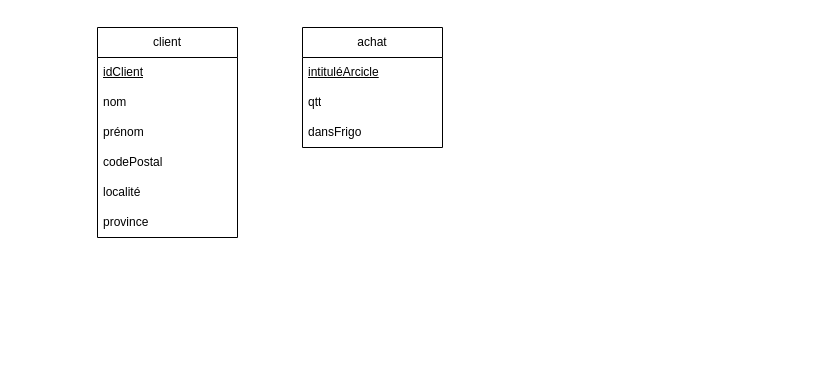
Above: Diagramme sans nom.drawio in arnaud07/sch-ma (draw.io), before the change. Source tidied: cells renumbered, new cells numbered last; positions are measured from the earlier drawing's top-left corner, leaving out a move shared by most shapes. Both pictures are drawn from the tidied source at 100%, with x=0, y=0 at pixel (97, 27).
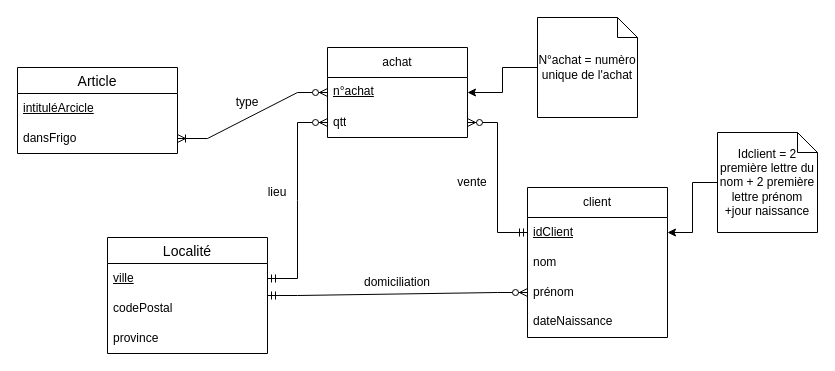
The same page after the edit.

Commit message:
Mettre à jour Diagramme sans nom.drawio

Unchanged cells that the change refers to:
```xml
<mxCell id="3" value="&lt;div&gt;&lt;u&gt;idClient&lt;/u&gt;&lt;/div&gt;" style="text;strokeColor=none;fillColor=none;align=left;verticalAlign=middle;spacingLeft=4;spacingRight=4;overflow=hidden;points=[[0,0.5],[1,0.5]];portConstraint=eastwest;whiteSpace=wrap;html=1;" parent="2" vertex="1">
  <mxGeometry y="30" width="140" height="30" as="geometry" />
</mxCell>
<mxCell id="5" value="prénom" style="text;strokeColor=none;fillColor=none;align=left;verticalAlign=middle;spacingLeft=4;spacingRight=4;overflow=hidden;points=[[0,0.5],[1,0.5]];portConstraint=eastwest;whiteSpace=wrap;html=1;" parent="2" vertex="1">
  <mxGeometry y="90" width="140" height="30" as="geometry" />
</mxCell>
```

Diff of the diagram source:
```diff
@@
     <mxCell id="2" value="&lt;div&gt;client&lt;/div&gt;" style="swimlane;fontStyle=0;horizontal=1;startSize=30;whiteSpace=wrap;html=1;" parent="1" vertex="1">
-      <mxGeometry width="140" height="210" as="geometry" />
+      <mxGeometry x="430" y="160" width="140" height="150" as="geometry" />
     </mxCell>
@@
+    <mxCell id="13" value="&lt;div&gt;dateNaissance&lt;/div&gt;" style="text;strokeColor=none;fillColor=none;spacingLeft=4;spacingRight=4;overflow=hidden;fontSize=12;whiteSpace=wrap;html=1;" parent="2" vertex="1">
+      <mxGeometry y="120" width="140" height="30" as="geometry" />
+    </mxCell>
+    <mxCell id="9" value="&lt;div&gt;achat&lt;/div&gt;" style="swimlane;fontStyle=0;horizontal=1;startSize=30;whiteSpace=wrap;html=1;" parent="1" vertex="1">
+      <mxGeometry x="230" y="20" width="140" height="90" as="geometry" />
+    </mxCell>
+    <mxCell id="14" value="&lt;u&gt;n°achat&lt;/u&gt;" style="text;strokeColor=none;fillColor=none;spacingLeft=4;spacingRight=4;overflow=hidden;points=[[0,0.5],[1,0.5]];portConstraint=eastwest;fontSize=12;whiteSpace=wrap;html=1;" parent="9" vertex="1">
+      <mxGeometry y="30" width="140" height="30" as="geometry" />
+    </mxCell>
+    <mxCell id="11" value="&lt;div&gt;qtt&lt;/div&gt;" style="text;strokeColor=none;fillColor=none;align=left;verticalAlign=middle;spacingLeft=4;spacingRight=4;overflow=hidden;points=[[0,0.5],[1,0.5]];portConstraint=eastwest;whiteSpace=wrap;html=1;" parent="9" vertex="1">
+      <mxGeometry y="60" width="140" height="30" as="geometry" />
+    </mxCell>
+    <mxCell id="15" value="Article" style="swimlane;fontStyle=0;horizontal=1;startSize=26;align=center;fontSize=14;" parent="1" vertex="1">
+      <mxGeometry x="-80" y="40" width="160" height="86" as="geometry" />
+    </mxCell>
+    <mxCell id="10" value="&lt;div&gt;&lt;u&gt;intituléArcicle&lt;/u&gt;&lt;/div&gt;" style="text;strokeColor=none;fillColor=none;align=left;verticalAlign=middle;spacingLeft=4;spacingRight=4;overflow=hidden;whiteSpace=wrap;html=1;" parent="15" vertex="1">
+      <mxGeometry y="26" width="160" height="30" as="geometry" />
+    </mxCell>
+    <mxCell id="12" value="&lt;div&gt;dansFrigo&lt;/div&gt;" style="text;strokeColor=none;fillColor=none;align=left;verticalAlign=middle;spacingLeft=4;spacingRight=4;overflow=hidden;points=[[0,0.5],[1,0.5]];portConstraint=eastwest;whiteSpace=wrap;html=1;" parent="15" vertex="1">
+      <mxGeometry y="56" width="160" height="30" as="geometry" />
+    </mxCell>
+    <mxCell id="16" value="Localité" style="swimlane;fontStyle=0;horizontal=1;startSize=26;align=center;fontSize=14;" parent="1" vertex="1">
+      <mxGeometry x="10" y="210" width="160" height="116" as="geometry" />
+    </mxCell>
+    <mxCell id="7" value="&lt;div&gt;&lt;u&gt;ville&lt;/u&gt;&lt;/div&gt;" style="text;strokeColor=none;fillColor=none;align=left;verticalAlign=middle;spacingLeft=4;spacingRight=4;overflow=hidden;points=[[0,0.5],[1,0.5]];portConstraint=eastwest;whiteSpace=wrap;html=1;" parent="16" vertex="1">
+      <mxGeometry y="26" width="160" height="30" as="geometry" />
+    </mxCell>
-    <mxCell id="6" value="codePostal" style="text;strokeColor=none;fillColor=none;align=left;verticalAlign=middle;spacingLeft=4;spacingRight=4;overflow=hidden;whiteSpace=wrap;html=1;" parent="2" vertex="1">
-      <mxGeometry y="120" width="140" height="30" as="geometry" />
+    <mxCell id="6" value="codePostal" style="text;strokeColor=none;fillColor=none;align=left;verticalAlign=middle;spacingLeft=4;spacingRight=4;overflow=hidden;whiteSpace=wrap;html=1;" parent="16" vertex="1">
+      <mxGeometry y="56" width="160" height="30" as="geometry" />
     </mxCell>
-    <mxCell id="7" value="&lt;div&gt;localité&lt;/div&gt;" style="text;strokeColor=none;fillColor=none;align=left;verticalAlign=middle;spacingLeft=4;spacingRight=4;overflow=hidden;points=[[0,0.5],[1,0.5]];portConstraint=eastwest;whiteSpace=wrap;html=1;" parent="2" vertex="1">
-      <mxGeometry y="150" width="140" height="30" as="geometry" />
-    </mxCell>
-    <mxCell id="8" value="&lt;div&gt;province&lt;/div&gt;" style="text;strokeColor=none;fillColor=none;align=left;verticalAlign=middle;spacingLeft=4;spacingRight=4;overflow=hidden;whiteSpace=wrap;html=1;" parent="2" vertex="1">
-      <mxGeometry y="180" width="140" height="30" as="geometry" />
+    <mxCell id="8" value="&lt;div&gt;province&lt;/div&gt;" style="text;strokeColor=none;fillColor=none;align=left;verticalAlign=middle;spacingLeft=4;spacingRight=4;overflow=hidden;whiteSpace=wrap;html=1;" parent="16" vertex="1">
+      <mxGeometry y="86" width="160" height="30" as="geometry" />
     </mxCell>
-    <mxCell id="9" value="&lt;div&gt;achat&lt;/div&gt;" style="swimlane;fontStyle=0;horizontal=1;startSize=30;whiteSpace=wrap;html=1;" parent="1" vertex="1">
-      <mxGeometry x="205" width="140" height="120" as="geometry" />
-    </mxCell>
-    <mxCell id="10" value="&lt;div&gt;&lt;u&gt;intituléArcicle&lt;/u&gt;&lt;/div&gt;" style="text;strokeColor=none;fillColor=none;align=left;verticalAlign=middle;spacingLeft=4;spacingRight=4;overflow=hidden;whiteSpace=wrap;html=1;" parent="9" vertex="1">
-      <mxGeometry y="30" width="140" height="30" as="geometry" />
-    </mxCell>
-    <mxCell id="11" value="&lt;div&gt;qtt&lt;/div&gt;" style="text;strokeColor=none;fillColor=none;align=left;verticalAlign=middle;spacingLeft=4;spacingRight=4;overflow=hidden;points=[[0,0.5],[1,0.5]];portConstraint=eastwest;whiteSpace=wrap;html=1;" parent="9" vertex="1">
-      <mxGeometry y="60" width="140" height="30" as="geometry" />
-    </mxCell>
-    <mxCell id="12" value="&lt;div&gt;dansFrigo&lt;/div&gt;" style="text;strokeColor=none;fillColor=none;align=left;verticalAlign=middle;spacingLeft=4;spacingRight=4;overflow=hidden;points=[[0,0.5],[1,0.5]];portConstraint=eastwest;whiteSpace=wrap;html=1;" parent="9" vertex="1">
-      <mxGeometry y="90" width="140" height="30" as="geometry" />
-    </mxCell>
+    <mxCell id="17" style="edgeStyle=entityRelationEdgeStyle;fontSize=12;html=1;endArrow=ERzeroToMany;startArrow=ERmandOne;rounded=0;exitX=0;exitY=0.5;exitDx=0;exitDy=0;entryX=1;entryY=0.5;entryDx=0;entryDy=0;" parent="1" edge="1" source="3" target="11">
+      <mxGeometry relative="1" as="geometry" />
+    </mxCell>
+    <mxCell id="18" style="edgeStyle=entityRelationEdgeStyle;fontSize=12;html=1;endArrow=ERzeroToMany;startArrow=ERmandOne;rounded=0;entryX=0;entryY=0.5;entryDx=0;entryDy=0;exitX=1;exitY=0.5;exitDx=0;exitDy=0;" parent="1" edge="1" source="16" target="5">
+      <mxGeometry relative="1" as="geometry" />
+    </mxCell>
+    <mxCell id="19" style="edgeStyle=entityRelationEdgeStyle;fontSize=12;html=1;endArrow=ERzeroToMany;startArrow=ERmandOne;rounded=0;" parent="1" edge="1" source="7" target="11">
+      <mxGeometry relative="1" as="geometry">
+        <Array as="points">
+          <mxPoint x="300" y="143.5" />
+          <mxPoint x="200" y="213.5" />
+          <mxPoint x="250" y="184.5" />
+          <mxPoint x="250" y="194.5" />
+          <mxPoint x="320" y="113.5" />
+        </Array>
+      </mxGeometry>
+    </mxCell>
+    <mxCell id="20" value="&lt;div&gt;Idclient = 2 première lettre du nom + 2 première lettre prénom +jour naissance&lt;/div&gt;" style="shape=note;size=20;whiteSpace=wrap;html=1;" parent="1" vertex="1">
+      <mxGeometry x="620" y="105" width="100" height="100" as="geometry" />
+    </mxCell>
+    <mxCell id="21" style="edgeStyle=orthogonalEdgeStyle;rounded=0;jettySize=auto;html=1;" parent="1" edge="1" source="20" target="3">
+      <mxGeometry relative="1" as="geometry" />
+    </mxCell>
+    <mxCell id="22" style="edgeStyle=orthogonalEdgeStyle;rounded=0;jettySize=auto;html=1;" parent="1" edge="1" source="23" target="14">
+      <mxGeometry relative="1" as="geometry" />
+    </mxCell>
+    <mxCell id="23" value="&lt;div&gt;N°achat = numèro unique de l'achat&lt;/div&gt;" style="shape=note;size=20;whiteSpace=wrap;html=1;" parent="1" vertex="1">
+      <mxGeometry x="440" y="-10" width="100" height="100" as="geometry" />
+    </mxCell>
+    <mxCell id="24" style="edgeStyle=entityRelationEdgeStyle;fontSize=12;html=1;endArrow=ERoneToMany;startArrow=ERzeroToMany;rounded=0;" parent="1" edge="1" source="14" target="12">
+      <mxGeometry relative="1" as="geometry" />
+    </mxCell>
+    <mxCell id="25" value="vente" style="text;html=1;align=center;verticalAlign=middle;whiteSpace=wrap;rounded=0;" parent="1" vertex="1">
+      <mxGeometry x="345" y="140" width="60" height="30" as="geometry" />
+    </mxCell>
+    <mxCell id="26" value="domiciliation" style="text;html=1;align=center;verticalAlign=middle;whiteSpace=wrap;rounded=0;" parent="1" vertex="1">
+      <mxGeometry x="270" y="240" width="60" height="30" as="geometry" />
+    </mxCell>
+    <mxCell id="27" value="lieu" style="text;html=1;align=center;verticalAlign=middle;whiteSpace=wrap;rounded=0;" parent="1" vertex="1">
+      <mxGeometry x="150" y="150" width="60" height="30" as="geometry" />
+    </mxCell>
+    <mxCell id="28" value="&lt;div&gt;type&lt;/div&gt;" style="text;html=1;align=center;verticalAlign=middle;whiteSpace=wrap;rounded=0;" parent="1" vertex="1">
+      <mxGeometry x="120" y="60" width="60" height="30" as="geometry" />
+    </mxCell>
```
